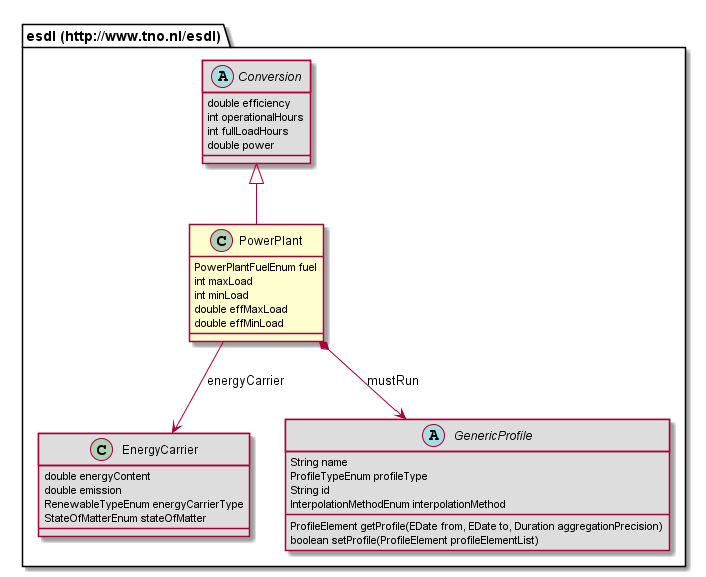
Before: 687474703a2f2f7777772e746e6f2e6e6c2f6573646c/PowerPlant.png, a diagram exported from PlantUML (EnergyTransition/energytransition.github.io). The source it was exported from:
```plantuml
@startuml
class "esdl (http://www.tno.nl/esdl).PowerPlant" [[#router/doc-content/687474703a2f2f7777772e746e6f2e6e6c2f6573646c/PowerPlant.html]] {
	PowerPlantFuelEnum fuel
	int maxLoad
	int minLoad
	double effMaxLoad
	double effMinLoad
}
class "esdl (http://www.tno.nl/esdl).EnergyCarrier" [[#router/doc-content/687474703a2f2f7777772e746e6f2e6e6c2f6573646c/EnergyCarrier.html]] #DDDDDD {
	double energyContent
	double emission
	RenewableTypeEnum energyCarrierType
	StateOfMatterEnum stateOfMatter
}
abstract class "esdl (http://www.tno.nl/esdl).Conversion" [[#router/doc-content/687474703a2f2f7777772e746e6f2e6e6c2f6573646c/Conversion.html{An abstract class that describes EnergyAssets that can convert one energy carrier into another. }]] #DDDDDD {
	double efficiency
	int operationalHours
	int fullLoadHours
	double power
}
abstract class "esdl (http://www.tno.nl/esdl).GenericProfile" [[#router/doc-content/687474703a2f2f7777772e746e6f2e6e6c2f6573646c/GenericProfile.html{All profiles should describe these fields: a name and a ProfileType. }]] #DDDDDD {
	String name
	ProfileTypeEnum profileType
	String id
	InterpolationMethodEnum interpolationMethod
	ProfileElement getProfile(EDate from, EDate to, Duration aggregationPrecision)
	boolean setProfile(ProfileElement profileElementList)
}
"esdl (http://www.tno.nl/esdl).Conversion" <|-- "esdl (http://www.tno.nl/esdl).PowerPlant"
"esdl (http://www.tno.nl/esdl).PowerPlant" --> "esdl (http://www.tno.nl/esdl).EnergyCarrier" : energyCarrier
"esdl (http://www.tno.nl/esdl).PowerPlant" *--> "esdl (http://www.tno.nl/esdl).GenericProfile" : mustRun
@enduml
```
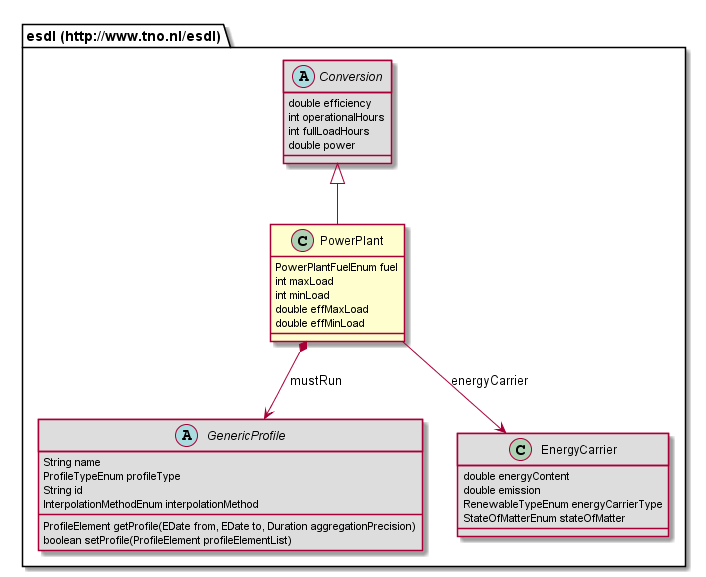
After the change.

Diff of the diagram source:
```diff
@@ -5,6 +5,14 @@
 	int minLoad
 	double effMaxLoad
 	double effMinLoad
+}
+abstract class "esdl (http://www.tno.nl/esdl).GenericProfile" [[#router/doc-content/687474703a2f2f7777772e746e6f2e6e6c2f6573646c/GenericProfile.html{All profiles should describe these fields: a name and a ProfileType. }]] #DDDDDD {
+	String name
+	ProfileTypeEnum profileType
+	String id
+	InterpolationMethodEnum interpolationMethod
+	ProfileElement getProfile(EDate from, EDate to, Duration aggregationPrecision)
+	boolean setProfile(ProfileElement profileElementList)
 }
 class "esdl (http://www.tno.nl/esdl).EnergyCarrier" [[#router/doc-content/687474703a2f2f7777772e746e6f2e6e6c2f6573646c/EnergyCarrier.html]] #DDDDDD {
 	double energyContent
@@ -18,14 +26,6 @@
 	int fullLoadHours
 	double power
 }
-abstract class "esdl (http://www.tno.nl/esdl).GenericProfile" [[#router/doc-content/687474703a2f2f7777772e746e6f2e6e6c2f6573646c/GenericProfile.html{All profiles should describe these fields: a name and a ProfileType. }]] #DDDDDD {
-	String name
-	ProfileTypeEnum profileType
-	String id
-	InterpolationMethodEnum interpolationMethod
-	ProfileElement getProfile(EDate from, EDate to, Duration aggregationPrecision)
-	boolean setProfile(ProfileElement profileElementList)
-}
 "esdl (http://www.tno.nl/esdl).Conversion" <|-- "esdl (http://www.tno.nl/esdl).PowerPlant"
 "esdl (http://www.tno.nl/esdl).PowerPlant" --> "esdl (http://www.tno.nl/esdl).EnergyCarrier" : energyCarrier
 "esdl (http://www.tno.nl/esdl).PowerPlant" *--> "esdl (http://www.tno.nl/esdl).GenericProfile" : mustRun
```
